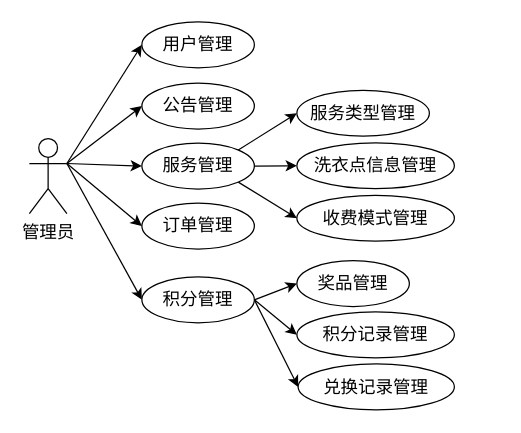
mochaDMQ/myPicture keeps this draw.io diagram as 管理员-信息管理.drawio. Above is the earlier version. Source tidied: cells renumbered, new cells numbered last; positions are measured from the earlier drawing's top-left corner, leaving out a move shared by most shapes. Both pictures are drawn from the tidied source at 125%, with x=0, y=0 at pixel (29, 21).
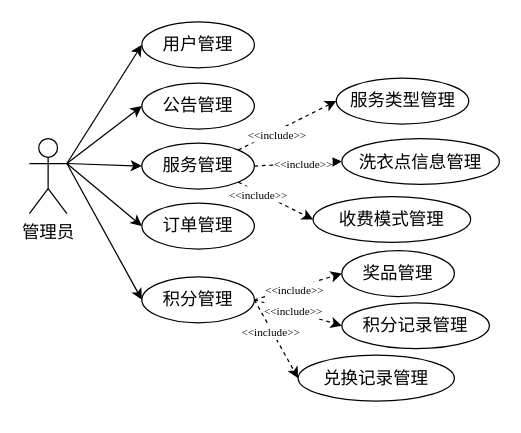
After the change.

Commit message:
更新管理员-信息管理.drawio

The change refers to these unchanged cells:
```xml
<mxCell id="13" value="服务管理" style="ellipse;whiteSpace=wrap;html=1;fontFamily=宋体;fontSize=14;" parent="1" vertex="1">
  <mxGeometry x="90" y="97" width="90" height="36.7" as="geometry" />
</mxCell>
<mxCell id="21" value="积分管理" style="ellipse;whiteSpace=wrap;html=1;fontFamily=宋体;fontSize=14;" parent="1" vertex="1">
  <mxGeometry x="90" y="204" width="90" height="36.7" as="geometry" />
</mxCell>
```

The edit, as a diff of the source:
```diff
@@
-    <mxCell id="10" style="edgeStyle=none;rounded=0;jettySize=auto;html=1;exitX=1;exitY=0;exitDx=0;exitDy=0;entryX=0;entryY=0.5;entryDx=0;entryDy=0;fontFamily=宋体;fontSize=14;" parent="1" edge="1" source="13" target="14">
+    <mxCell id="10" style="edgeStyle=none;rounded=0;jettySize=auto;html=1;exitX=1;exitY=0;exitDx=0;exitDy=0;entryX=0;entryY=0.5;entryDx=0;entryDy=0;fontFamily=宋体;fontSize=14;dashed=1;" parent="1" edge="1" source="13" target="14">
       <mxGeometry relative="1" as="geometry" />
     </mxCell>
+    <mxCell id="25" value="&lt;font style=&quot;font-size: 9px;&quot; face=&quot;Times New Roman&quot;&gt;&amp;lt;&amp;lt;include&amp;gt;&amp;gt;&lt;/font&gt;" style="edgeLabel;html=1;align=center;verticalAlign=middle;" parent="10" vertex="1">
+      <mxGeometry x="-0.24" y="-2" relative="1" as="geometry" />
+    </mxCell>
-    <mxCell id="11" style="edgeStyle=none;rounded=0;jettySize=auto;html=1;exitX=1;exitY=0.5;exitDx=0;exitDy=0;entryX=0;entryY=0.5;entryDx=0;entryDy=0;fontFamily=宋体;fontSize=14;" parent="1" edge="1" source="13" target="15">
+    <mxCell id="11" style="edgeStyle=none;rounded=0;jettySize=auto;html=1;exitX=1;exitY=0.5;exitDx=0;exitDy=0;entryX=0;entryY=0.5;entryDx=0;entryDy=0;fontFamily=宋体;fontSize=14;dashed=1;" parent="1" edge="1" source="13" target="15">
       <mxGeometry relative="1" as="geometry" />
     </mxCell>
+    <mxCell id="26" value="&lt;span style=&quot;font-family: &amp;quot;Times New Roman&amp;quot;;&quot;&gt;&lt;font style=&quot;font-size: 9px;&quot;&gt;&amp;lt;&amp;lt;include&amp;gt;&amp;gt;&lt;/font&gt;&lt;/span&gt;" style="edgeLabel;html=1;align=center;verticalAlign=middle;" parent="11" vertex="1">
+      <mxGeometry x="0.12" y="1" relative="1" as="geometry" />
+    </mxCell>
-    <mxCell id="12" style="edgeStyle=none;rounded=0;jettySize=auto;html=1;exitX=1;exitY=1;exitDx=0;exitDy=0;entryX=0;entryY=0.5;entryDx=0;entryDy=0;fontFamily=宋体;fontSize=14;" parent="1" edge="1" source="13" target="16">
+    <mxCell id="12" style="edgeStyle=none;rounded=0;jettySize=auto;html=1;exitX=1;exitY=1;exitDx=0;exitDy=0;entryX=0;entryY=0.5;entryDx=0;entryDy=0;fontFamily=宋体;fontSize=14;dashed=1;" parent="1" edge="1" source="13" target="16">
       <mxGeometry relative="1" as="geometry" />
     </mxCell>
+    <mxCell id="27" value="&lt;span style=&quot;font-family: &amp;quot;Times New Roman&amp;quot;;&quot;&gt;&lt;font style=&quot;font-size: 9px;&quot;&gt;&amp;lt;&amp;lt;include&amp;gt;&amp;gt;&lt;/font&gt;&lt;/span&gt;" style="edgeLabel;html=1;align=center;verticalAlign=middle;" parent="12" vertex="1">
+      <mxGeometry x="-0.46" y="-1" relative="1" as="geometry" />
+    </mxCell>
@@
     <mxCell id="14" value="服务类型管理" style="ellipse;whiteSpace=wrap;html=1;fontFamily=宋体;fontSize=14;" parent="1" vertex="1">
-      <mxGeometry x="214" y="54.7" width="106" height="36.7" as="geometry" />
+      <mxGeometry x="245.5" y="45" width="106" height="36.7" as="geometry" />
     </mxCell>
     <mxCell id="15" value="洗衣点信息管理" style="ellipse;whiteSpace=wrap;html=1;fontFamily=宋体;fontSize=14;" parent="1" vertex="1">
-      <mxGeometry x="214" y="96.7" width="126" height="36.7" as="geometry" />
+      <mxGeometry x="250" y="93.3" width="126" height="36.7" as="geometry" />
     </mxCell>
     <mxCell id="16" value="收费模式管理" style="ellipse;whiteSpace=wrap;html=1;fontFamily=宋体;fontSize=14;" parent="1" vertex="1">
-      <mxGeometry x="214" y="138.7" width="126" height="36.7" as="geometry" />
+      <mxGeometry x="227" y="139.7" width="126" height="36.7" as="geometry" />
     </mxCell>
@@
-    <mxCell id="18" style="edgeStyle=none;rounded=0;jettySize=auto;html=1;exitX=1;exitY=0.5;exitDx=0;exitDy=0;entryX=0;entryY=0.5;entryDx=0;entryDy=0;fontFamily=宋体;fontSize=14;" parent="1" edge="1" source="21" target="22">
+    <mxCell id="18" style="edgeStyle=none;rounded=0;jettySize=auto;html=1;exitX=1;exitY=0.5;exitDx=0;exitDy=0;entryX=0;entryY=0.5;entryDx=0;entryDy=0;fontFamily=宋体;fontSize=14;dashed=1;" parent="1" edge="1" source="21" target="22">
       <mxGeometry relative="1" as="geometry" />
     </mxCell>
+    <mxCell id="28" value="&lt;span style=&quot;font-family: &amp;quot;Times New Roman&amp;quot;;&quot;&gt;&lt;font style=&quot;font-size: 9px;&quot;&gt;&amp;lt;&amp;lt;include&amp;gt;&amp;gt;&lt;/font&gt;&lt;/span&gt;" style="edgeLabel;html=1;align=center;verticalAlign=middle;" parent="18" vertex="1">
+      <mxGeometry x="-0.1" y="-1" relative="1" as="geometry" />
+    </mxCell>
-    <mxCell id="19" style="edgeStyle=none;rounded=0;jettySize=auto;html=1;exitX=1;exitY=0.5;exitDx=0;exitDy=0;entryX=0;entryY=0.5;entryDx=0;entryDy=0;fontFamily=宋体;fontSize=14;" parent="1" edge="1" source="21" target="23">
+    <mxCell id="19" style="edgeStyle=none;rounded=0;jettySize=auto;html=1;exitX=1;exitY=0.5;exitDx=0;exitDy=0;entryX=0;entryY=0.5;entryDx=0;entryDy=0;fontFamily=宋体;fontSize=14;dashed=1;" parent="1" edge="1" source="21" target="23">
       <mxGeometry relative="1" as="geometry" />
     </mxCell>
+    <mxCell id="29" value="&lt;span style=&quot;font-family: &amp;quot;Times New Roman&amp;quot;; font-size: 9px;&quot;&gt;&amp;lt;&amp;lt;include&amp;gt;&amp;gt;&lt;/span&gt;" style="edgeLabel;html=1;align=center;verticalAlign=middle;" parent="19" vertex="1">
+      <mxGeometry x="-0.14" y="1" relative="1" as="geometry" />
+    </mxCell>
-    <mxCell id="20" style="edgeStyle=none;rounded=0;jettySize=auto;html=1;exitX=1;exitY=0.5;exitDx=0;exitDy=0;entryX=0;entryY=0.5;entryDx=0;entryDy=0;fontFamily=宋体;fontSize=14;" parent="1" edge="1" source="21" target="24">
+    <mxCell id="20" style="edgeStyle=none;rounded=0;jettySize=auto;html=1;exitX=1;exitY=0.5;exitDx=0;exitDy=0;entryX=0;entryY=0.5;entryDx=0;entryDy=0;fontFamily=宋体;fontSize=14;dashed=1;" parent="1" edge="1" source="21" target="24">
       <mxGeometry relative="1" as="geometry" />
     </mxCell>
+    <mxCell id="30" value="&lt;span style=&quot;font-family: &amp;quot;Times New Roman&amp;quot;; font-size: 9px;&quot;&gt;&amp;lt;&amp;lt;include&amp;gt;&amp;gt;&lt;/span&gt;" style="edgeLabel;html=1;align=center;verticalAlign=middle;" parent="20" vertex="1">
+      <mxGeometry x="-0.22" y="-1" relative="1" as="geometry" />
+    </mxCell>
@@
     <mxCell id="22" value="奖品管理" style="ellipse;whiteSpace=wrap;html=1;fontFamily=宋体;fontSize=14;" parent="1" vertex="1">
-      <mxGeometry x="214" y="191" width="90" height="36.7" as="geometry" />
+      <mxGeometry x="250" y="183" width="90" height="36.7" as="geometry" />
     </mxCell>
     <mxCell id="23" value="积分记录管理" style="ellipse;whiteSpace=wrap;html=1;fontFamily=宋体;fontSize=14;" parent="1" vertex="1">
-      <mxGeometry x="214" y="232" width="126" height="36.7" as="geometry" />
+      <mxGeometry x="250" y="224.7" width="118" height="36.7" as="geometry" />
     </mxCell>
     <mxCell id="24" value="兑换记录管理" style="ellipse;whiteSpace=wrap;html=1;fontFamily=宋体;fontSize=14;" parent="1" vertex="1">
-      <mxGeometry x="215" y="273.7" width="125" height="36.7" as="geometry" />
+      <mxGeometry x="215" y="266.7" width="125" height="36.7" as="geometry" />
     </mxCell>
```
